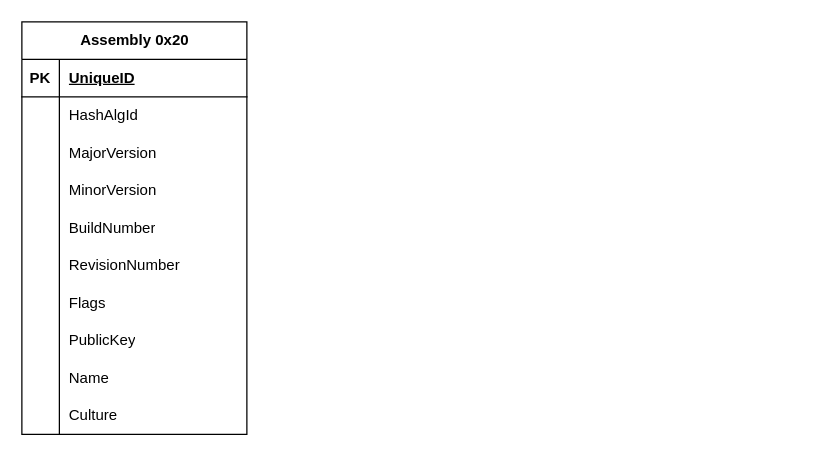
Earlier version of the draw.io diagram Table/Диаграмма без названия.drawio (KondyubaBA/ECMA-335_CLI). Source tidied: cells renumbered, new cells numbered last; positions are measured from the earlier drawing's top-left corner, leaving out a move shared by most shapes. Both pictures are drawn from the tidied source at 125%, with x=0, y=0 at pixel (21, 21).
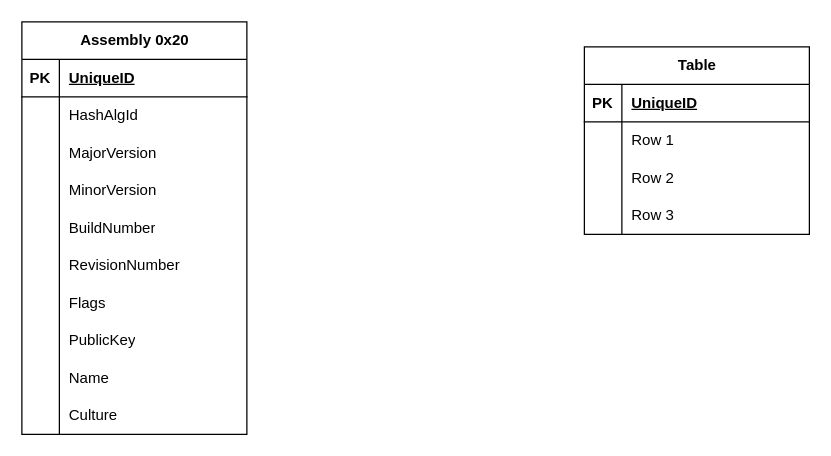
After the change.

Diff of the diagram source:
```diff
@@
+    <mxCell id="33" value="Table" style="shape=table;startSize=30;childLayout=tableLayout;rowLines=0;fontStyle=1;align=center;html=1;" parent="1" vertex="1">
+      <mxGeometry x="450" y="20" width="180" height="150" as="geometry" />
+    </mxCell>
+    <mxCell id="34" style="shape=tableRow;horizontal=0;startSize=0;swimlaneHead=0;swimlaneBody=0;fillColor=none;top=0;left=0;right=0;bottom=1;" parent="33" vertex="1">
+      <mxGeometry y="30" width="180" height="30" as="geometry" />
+    </mxCell>
+    <mxCell id="35" value="PK" style="shape=partialRectangle;fillColor=none;top=0;left=0;bottom=0;right=0;fontStyle=1;overflow=hidden;whiteSpace=wrap;html=1;" parent="34" vertex="1">
+      <mxGeometry width="30" height="30" as="geometry" />
+    </mxCell>
+    <mxCell id="36" value="UniqueID" style="shape=partialRectangle;fillColor=none;top=0;left=0;bottom=0;right=0;align=left;spacingLeft=6;fontStyle=5;overflow=hidden;whiteSpace=wrap;html=1;" parent="34" vertex="1">
+      <mxGeometry x="30" width="150" height="30" as="geometry" />
+    </mxCell>
+    <mxCell id="37" style="shape=tableRow;horizontal=0;startSize=0;swimlaneHead=0;swimlaneBody=0;fillColor=none;top=0;left=0;right=0;bottom=0;" parent="33" vertex="1">
+      <mxGeometry y="60" width="180" height="30" as="geometry" />
+    </mxCell>
+    <mxCell id="38" style="shape=partialRectangle;fillColor=none;top=0;left=0;bottom=0;right=0;overflow=hidden;whiteSpace=wrap;html=1;" parent="37" vertex="1">
+      <mxGeometry width="30" height="30" as="geometry" />
+    </mxCell>
+    <mxCell id="39" value="Row 1" style="shape=partialRectangle;fillColor=none;top=0;left=0;bottom=0;right=0;align=left;spacingLeft=6;overflow=hidden;whiteSpace=wrap;html=1;" parent="37" vertex="1">
+      <mxGeometry x="30" width="150" height="30" as="geometry" />
+    </mxCell>
+    <mxCell id="40" style="shape=tableRow;horizontal=0;startSize=0;swimlaneHead=0;swimlaneBody=0;fillColor=none;top=0;left=0;right=0;bottom=0;" parent="33" vertex="1">
+      <mxGeometry y="90" width="180" height="30" as="geometry" />
+    </mxCell>
+    <mxCell id="41" style="shape=partialRectangle;fillColor=none;top=0;left=0;bottom=0;right=0;overflow=hidden;whiteSpace=wrap;html=1;" parent="40" vertex="1">
+      <mxGeometry width="30" height="30" as="geometry" />
+    </mxCell>
+    <mxCell id="42" value="Row 2" style="shape=partialRectangle;fillColor=none;top=0;left=0;bottom=0;right=0;align=left;spacingLeft=6;overflow=hidden;whiteSpace=wrap;html=1;" parent="40" vertex="1">
+      <mxGeometry x="30" width="150" height="30" as="geometry" />
+    </mxCell>
+    <mxCell id="43" style="shape=tableRow;horizontal=0;startSize=0;swimlaneHead=0;swimlaneBody=0;fillColor=none;top=0;left=0;right=0;bottom=0;" parent="33" vertex="1">
+      <mxGeometry y="120" width="180" height="30" as="geometry" />
+    </mxCell>
+    <mxCell id="44" style="shape=partialRectangle;fillColor=none;top=0;left=0;bottom=0;right=0;overflow=hidden;whiteSpace=wrap;html=1;" parent="43" vertex="1">
+      <mxGeometry width="30" height="30" as="geometry" />
+    </mxCell>
+    <mxCell id="45" value="Row 3" style="shape=partialRectangle;fillColor=none;top=0;left=0;bottom=0;right=0;align=left;spacingLeft=6;overflow=hidden;whiteSpace=wrap;html=1;" parent="43" vertex="1">
+      <mxGeometry x="30" width="150" height="30" as="geometry" />
+    </mxCell>
```
